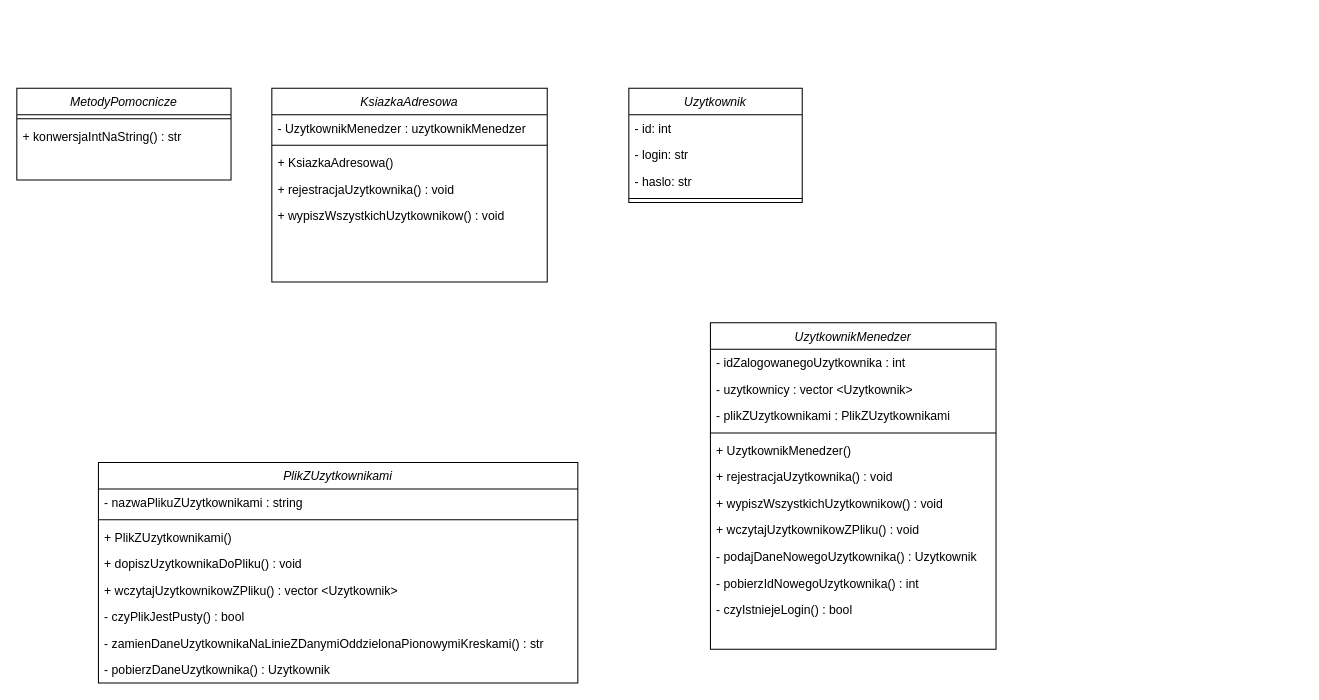
MichalWilczek/address-book-FutureProgrammer keeps this draw.io diagram as address-book-uml.drawio. Above is the earlier version. Source tidied: cells renumbered, new cells numbered last; positions are measured from the earlier drawing's top-left corner, leaving out a move shared by most shapes. Both pictures are drawn from the tidied source at 102%, with x=0, y=0 at pixel (16, 88).
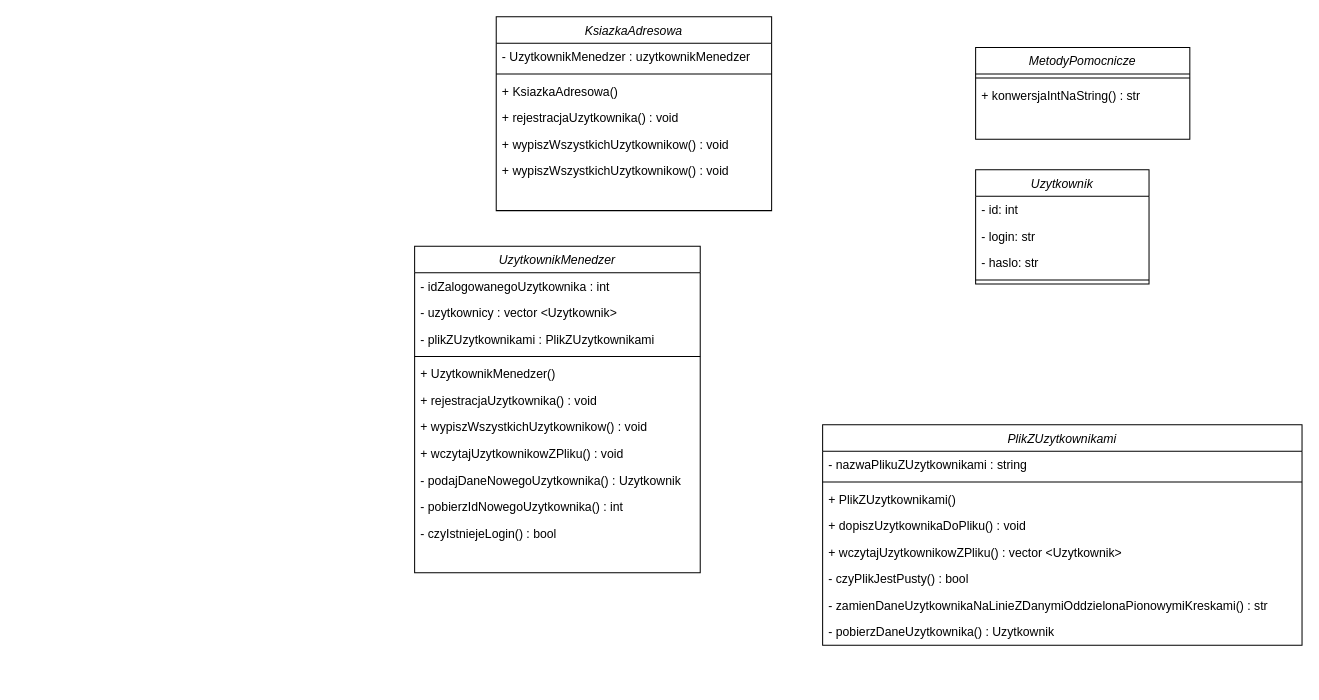
Above is the later version.

What changed in the source:
```diff
@@
     <mxCell id="2" value="KsiazkaAdresowa" style="swimlane;fontStyle=2;align=center;verticalAlign=top;horizontal=1;startSize=26;rounded=0;shadow=0;strokeWidth=1;" parent="1" vertex="1">
-      <mxGeometry x="250" width="270" height="190" as="geometry" />
+      <mxGeometry x="470" y="-70" width="270" height="190" as="geometry" />
     </mxCell>
@@
+    <mxCell id="37" value="+ wypiszWszystkichUzytkownikow() : void" style="text;align=left;verticalAlign=top;spacingLeft=4;spacingRight=4;overflow=hidden;" parent="2" vertex="1">
+      <mxGeometry y="112" width="270" height="26" as="geometry" />
+    </mxCell>
     <mxCell id="7" value="+ wypiszWszystkichUzytkownikow() : void" style="text;align=left;verticalAlign=top;spacingLeft=4;spacingRight=4;overflow=hidden;" parent="2" vertex="1">
-      <mxGeometry y="112" width="270" height="26" as="geometry" />
+      <mxGeometry y="138" width="270" height="26" as="geometry" />
     </mxCell>
     <mxCell id="8" value="Uzytkownik" style="swimlane;fontStyle=2;align=center;verticalAlign=top;horizontal=1;startSize=26;rounded=0;shadow=0;strokeWidth=1;" parent="1" vertex="1">
-      <mxGeometry x="600" width="170" height="112" as="geometry" />
+      <mxGeometry x="940" y="80" width="170" height="112" as="geometry" />
     </mxCell>
@@
     <mxCell id="13" value="UzytkownikMenedzer" style="swimlane;fontStyle=2;align=center;verticalAlign=top;horizontal=1;startSize=26;rounded=0;shadow=0;strokeWidth=1;" parent="1" vertex="1">
-      <mxGeometry x="680" y="230" width="280" height="320" as="geometry" />
+      <mxGeometry x="390" y="155" width="280" height="320" as="geometry" />
     </mxCell>
@@
     <mxCell id="25" value="PlikZUzytkownikami" style="swimlane;fontStyle=2;align=center;verticalAlign=top;horizontal=1;startSize=26;rounded=0;shadow=0;strokeWidth=1;" parent="1" vertex="1">
-      <mxGeometry x="80" y="367" width="470" height="216" as="geometry" />
+      <mxGeometry x="790" y="330" width="470" height="216" as="geometry" />
     </mxCell>
@@
     <mxCell id="34" value="MetodyPomocnicze" style="swimlane;fontStyle=2;align=center;verticalAlign=top;horizontal=1;startSize=26;rounded=0;shadow=0;strokeWidth=1;" parent="1" vertex="1">
-      <mxGeometry width="210" height="90" as="geometry" />
+      <mxGeometry x="940" y="-40" width="210" height="90" as="geometry" />
     </mxCell>
```
